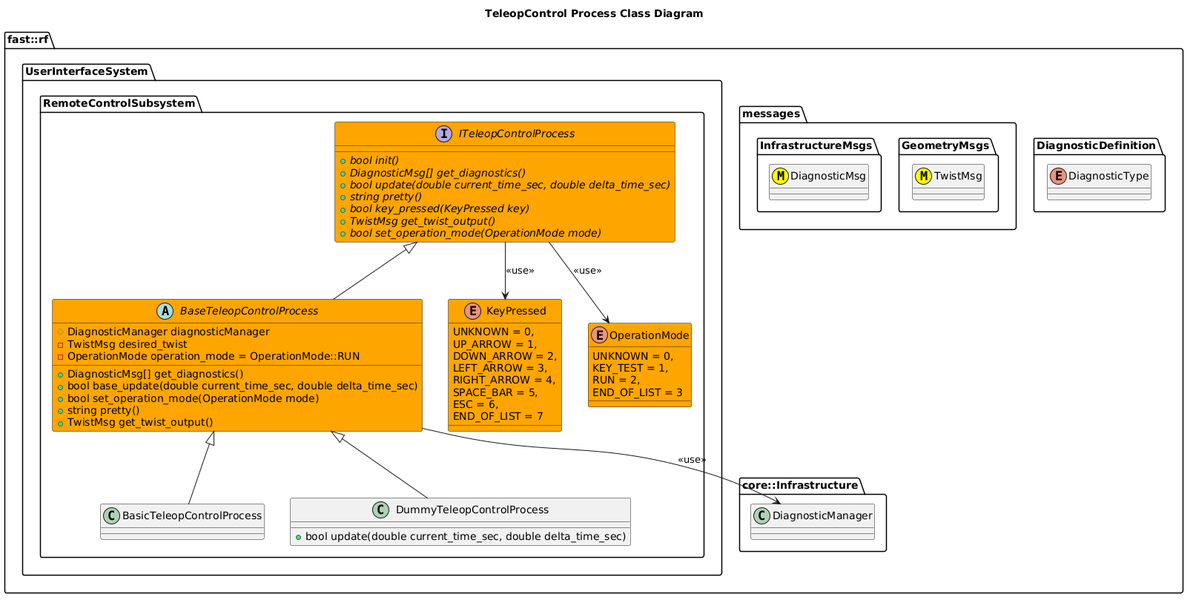
fastrobotics/robot_framework keeps this PlantUML diagram as Systems/UserInterface/Subsystems/RemoteControl/Processes/TeleopControl/doc/puml/TeleopControlProcessClassDiagram.png. Above is the earlier version.
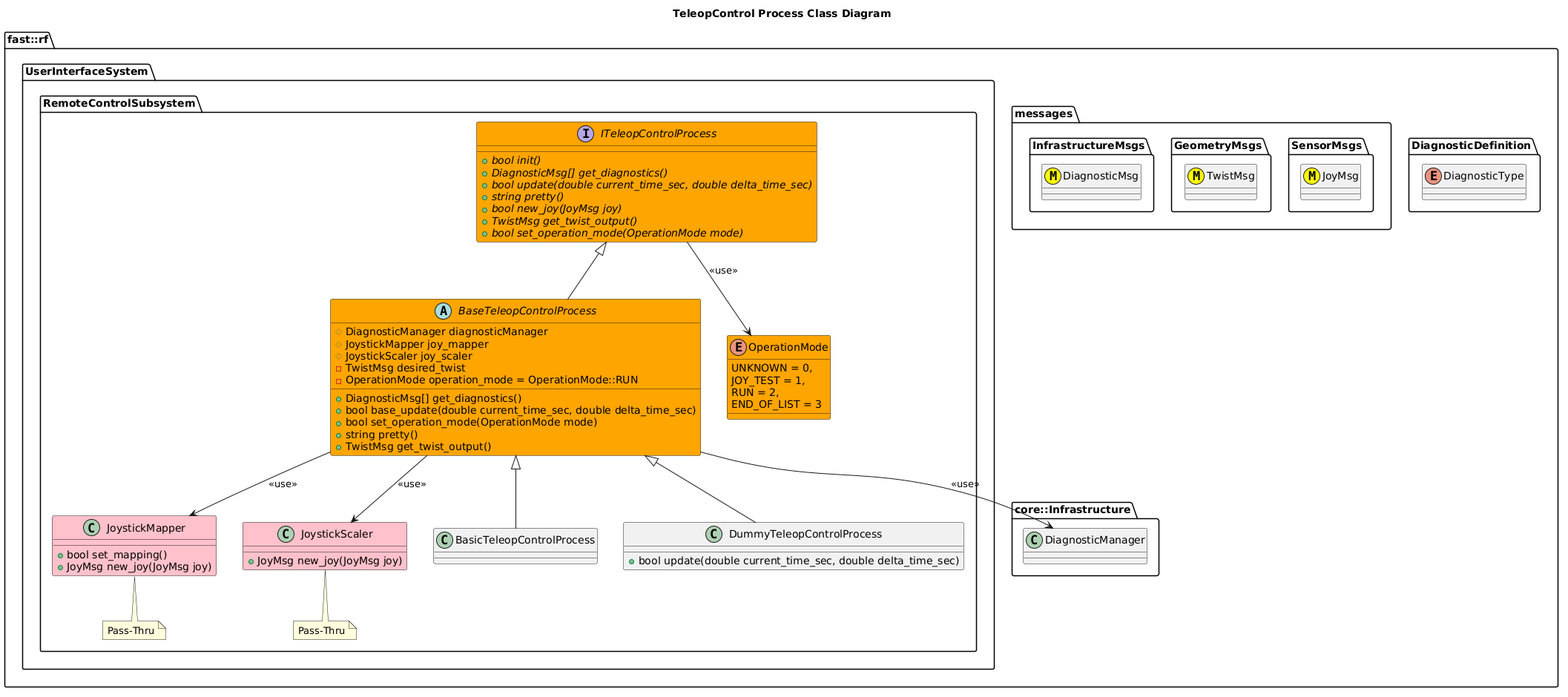
After the commit.

What changed in the source:
```diff
@@ -6,6 +6,9 @@
     enum DiagnosticType
   }
   namespace messages {
+    namespace SensorMsgs {
+      class JoyMsg <<(M,#FFFF00)>>
+    }
     namespace GeometryMsgs {
       class TwistMsg <<(M,#FFFF00)>>
     }
@@ -18,19 +21,9 @@
   }
   namespace UserInterfaceSystem {
     namespace RemoteControlSubsystem {
-      enum KeyPressed #Orange {
-        UNKNOWN = 0,
-        UP_ARROW = 1,
-        DOWN_ARROW = 2,
-        LEFT_ARROW = 3,
-        RIGHT_ARROW = 4,
-        SPACE_BAR = 5,
-        ESC = 6,
-        END_OF_LIST = 7
-      }
       enum OperationMode #Orange {
         UNKNOWN = 0,
-        KEY_TEST = 1,
+        JOY_TEST = 1,
         RUN = 2,
         END_OF_LIST = 3
       }
@@ -39,18 +32,32 @@
         +{abstract} DiagnosticMsg[] get_diagnostics()
         +{abstract} bool update(double current_time_sec, double delta_time_sec)
         +{abstract} string pretty()
-        +{abstract} bool key_pressed(KeyPressed key)
+        +{abstract} bool new_joy(JoyMsg joy)
         +{abstract} TwistMsg get_twist_output()
         +{abstract} bool set_operation_mode(OperationMode mode)
       }
-      ITeleopControlProcess --> KeyPressed: <<use>>
       ITeleopControlProcess --> OperationMode: <<use>>
+      class JoystickMapper #Pink {
+        +bool set_mapping()
+        +JoyMsg new_joy(JoyMsg joy)
+      }
+      note bottom of JoystickMapper
+        Pass-Thru
+      end note
+      class JoystickScaler #Pink {
+        +JoyMsg new_joy(JoyMsg joy)
+      }
+      note bottom of JoystickScaler
+        Pass-Thru
+      end note
       abstract BaseTeleopControlProcess #Orange {
         +DiagnosticMsg[] get_diagnostics()
         +bool base_update(double current_time_sec, double delta_time_sec)
         +bool set_operation_mode(OperationMode mode)
         +string pretty()
         #DiagnosticManager diagnosticManager
+        #JoystickMapper joy_mapper
+        #JoystickScaler joy_scaler
         +TwistMsg get_twist_output()
         -TwistMsg desired_twist
         -OperationMode operation_mode = OperationMode::RUN
@@ -58,6 +65,9 @@
       }
       BaseTeleopControlProcess -up-|> ITeleopControlProcess
       BaseTeleopControlProcess --> DiagnosticManager: <<use>>
+      BaseTeleopControlProcess --> JoystickMapper: <<use>>
+      BaseTeleopControlProcess --> JoystickScaler: <<use>>
+
       class BasicTeleopControlProcess
       BasicTeleopControlProcess -up-|> BaseTeleopControlProcess
       class DummyTeleopControlProcess {
```
